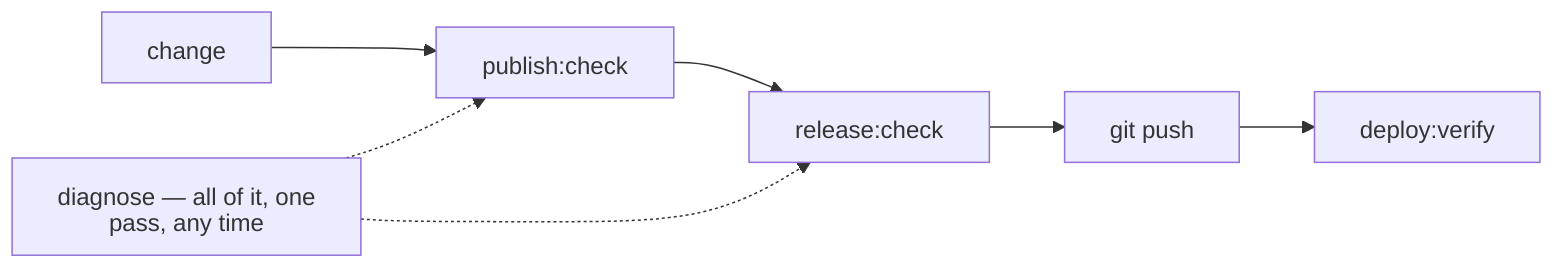
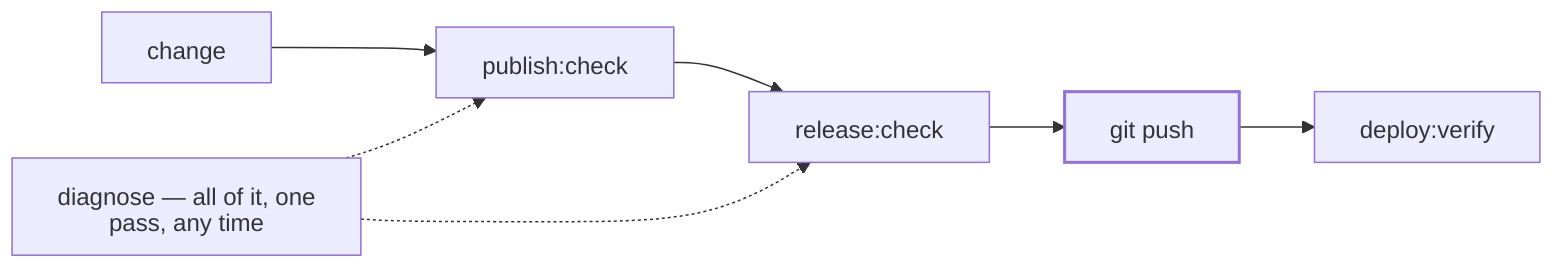
%%{init: { "htmlLabels": false } }%%
graph LR
    A["change"] --> B["publish:check"] --> C["release:check"] --> D["git push"] --> E["deploy:verify"]
    G["diagnose — all of it, one pass, any time"] -.-> B
    G -.-> C
+ 
+     %% the irreversible pivot — local gates before, live after
+     classDef anchor stroke-width:2px;
+     class D anchor;
